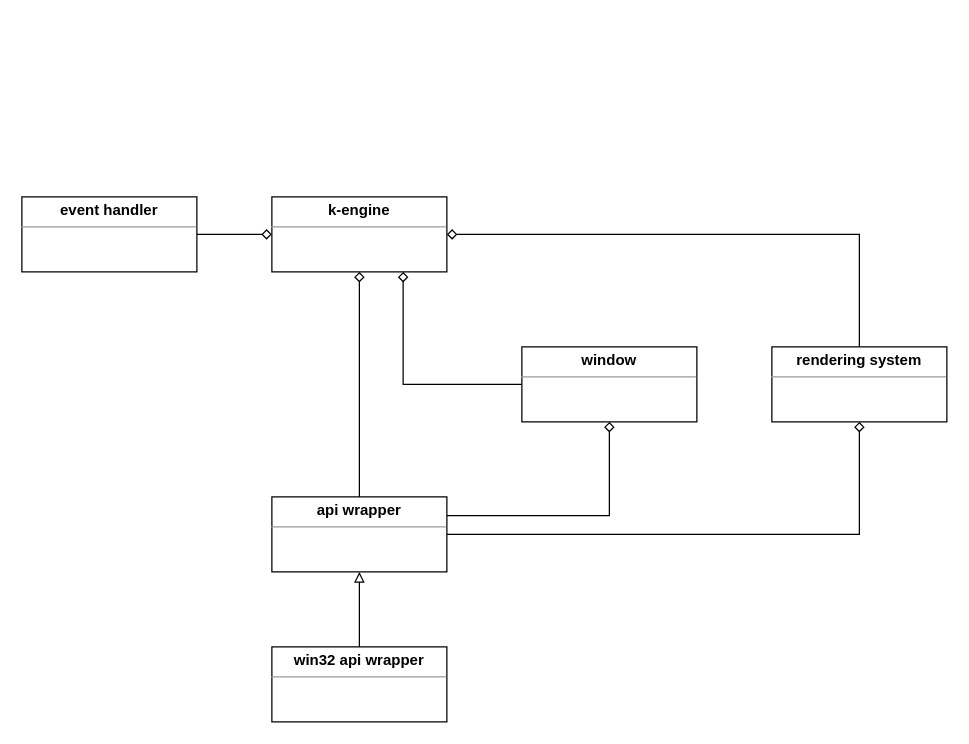
The draw.io diagram _docs/k-engine-classes.drawio in Keshizin/k-engine, before the edit. Source tidied: cells renumbered, new cells numbered last; positions are measured from the earlier drawing's top-left corner, leaving out a move shared by most shapes. Both pictures are drawn from the tidied source at 125%, with x=0, y=0 at pixel (21, 196).
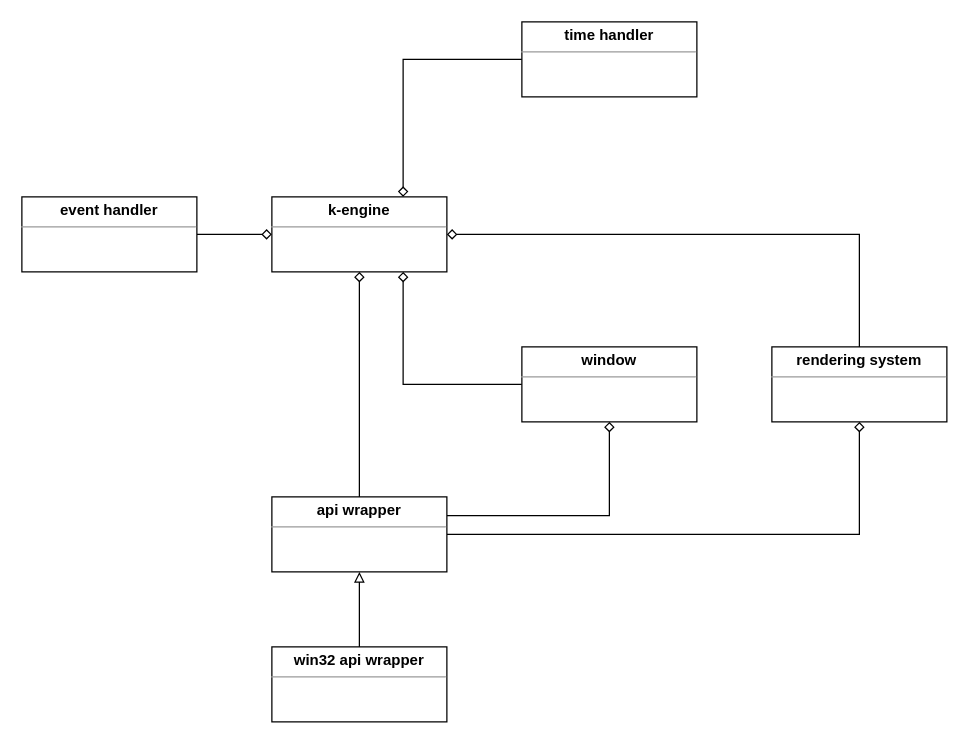
Above is the later version.

Commit message (it also covers changes not shown here):
Including Time Handler Class

What changed in the source:
```diff
@@
 <mxGraphModel>
   <root>
     <mxCell id="0" />
     <mxCell id="1" parent="0" />
     <mxCell id="2" value="&lt;p style=&quot;margin: 0px ; margin-top: 4px ; text-align: center&quot;&gt;&lt;b&gt;k-engine&lt;/b&gt;&lt;/p&gt;&lt;hr size=&quot;1&quot;&gt;&lt;div style=&quot;height: 2px&quot;&gt;&lt;/div&gt;" style="verticalAlign=top;align=left;overflow=fill;fontSize=12;fontFamily=Helvetica;html=1;" parent="1" vertex="1">
       <mxGeometry x="200" width="140" height="60" as="geometry" />
     </mxCell>
     <mxCell id="3" style="edgeStyle=orthogonalEdgeStyle;rounded=0;jettySize=auto;html=1;endArrow=diamond;endFill=0;entryX=0.75;entryY=1;entryDx=0;entryDy=0;" parent="1" edge="1" source="4" target="2">
       <mxGeometry relative="1" as="geometry" />
     </mxCell>
     <mxCell id="4" value="&lt;p style=&quot;margin: 0px ; margin-top: 4px ; text-align: center&quot;&gt;&lt;b&gt;window&lt;/b&gt;&lt;/p&gt;&lt;hr size=&quot;1&quot;&gt;&lt;div style=&quot;height: 2px&quot;&gt;&lt;/div&gt;" style="verticalAlign=top;align=left;overflow=fill;fontSize=12;fontFamily=Helvetica;html=1;" parent="1" vertex="1">
       <mxGeometry x="400" y="120" width="140" height="60" as="geometry" />
     </mxCell>
     <mxCell id="5" style="edgeStyle=orthogonalEdgeStyle;rounded=0;jettySize=auto;html=1;endArrow=diamond;endFill=0;exitX=1;exitY=0.25;exitDx=0;exitDy=0;" parent="1" edge="1" source="8" target="4">
       <mxGeometry relative="1" as="geometry" />
     </mxCell>
     <mxCell id="6" style="edgeStyle=orthogonalEdgeStyle;rounded=0;jettySize=auto;html=1;endArrow=diamond;endFill=0;" parent="1" edge="1" source="8" target="2">
       <mxGeometry relative="1" as="geometry" />
     </mxCell>
     <mxCell id="7" style="edgeStyle=orthogonalEdgeStyle;rounded=0;jettySize=auto;html=1;endArrow=diamond;endFill=0;" parent="1" edge="1" source="8" target="14">
       <mxGeometry relative="1" as="geometry" />
     </mxCell>
     <mxCell id="8" value="&lt;p style=&quot;margin: 0px ; margin-top: 4px ; text-align: center&quot;&gt;&lt;b&gt;api wrapper&lt;/b&gt;&lt;/p&gt;&lt;hr size=&quot;1&quot;&gt;&lt;div style=&quot;height: 2px&quot;&gt;&lt;/div&gt;" style="verticalAlign=top;align=left;overflow=fill;fontSize=12;fontFamily=Helvetica;html=1;" parent="1" vertex="1">
       <mxGeometry x="200" y="240" width="140" height="60" as="geometry" />
     </mxCell>
     <mxCell id="9" style="edgeStyle=orthogonalEdgeStyle;rounded=0;jettySize=auto;html=1;endArrow=block;endFill=0;" parent="1" edge="1" source="10" target="8">
       <mxGeometry relative="1" as="geometry" />
     </mxCell>
     <mxCell id="10" value="&lt;p style=&quot;margin: 0px ; margin-top: 4px ; text-align: center&quot;&gt;&lt;b&gt;win32 api wrapper&lt;/b&gt;&lt;/p&gt;&lt;hr size=&quot;1&quot;&gt;&lt;div style=&quot;height: 2px&quot;&gt;&lt;/div&gt;" style="verticalAlign=top;align=left;overflow=fill;fontSize=12;fontFamily=Helvetica;html=1;" parent="1" vertex="1">
       <mxGeometry x="200" y="360" width="140" height="60" as="geometry" />
     </mxCell>
     <mxCell id="11" style="edgeStyle=orthogonalEdgeStyle;rounded=0;jettySize=auto;html=1;endArrow=diamond;endFill=0;" parent="1" edge="1" source="12" target="2">
       <mxGeometry relative="1" as="geometry" />
     </mxCell>
     <mxCell id="12" value="&lt;p style=&quot;margin: 0px ; margin-top: 4px ; text-align: center&quot;&gt;&lt;b&gt;event handler&lt;/b&gt;&lt;/p&gt;&lt;hr size=&quot;1&quot;&gt;&lt;div style=&quot;height: 2px&quot;&gt;&lt;/div&gt;" style="verticalAlign=top;align=left;overflow=fill;fontSize=12;fontFamily=Helvetica;html=1;" parent="1" vertex="1">
       <mxGeometry width="140" height="60" as="geometry" />
     </mxCell>
     <mxCell id="13" style="edgeStyle=orthogonalEdgeStyle;rounded=0;jettySize=auto;html=1;endArrow=diamond;endFill=0;entryX=1;entryY=0.5;entryDx=0;entryDy=0;exitX=0.5;exitY=0;exitDx=0;exitDy=0;" parent="1" edge="1" source="14" target="2">
       <mxGeometry relative="1" as="geometry" />
     </mxCell>
     <mxCell id="14" value="&lt;p style=&quot;margin: 0px ; margin-top: 4px ; text-align: center&quot;&gt;&lt;b&gt;rendering system&lt;/b&gt;&lt;/p&gt;&lt;hr size=&quot;1&quot;&gt;&lt;div style=&quot;height: 2px&quot;&gt;&lt;/div&gt;" style="verticalAlign=top;align=left;overflow=fill;fontSize=12;fontFamily=Helvetica;html=1;" parent="1" vertex="1">
       <mxGeometry x="600" y="120" width="140" height="60" as="geometry" />
     </mxCell>
+    <mxCell id="15" style="edgeStyle=orthogonalEdgeStyle;rounded=0;jettySize=auto;html=1;entryX=0.75;entryY=0;entryDx=0;entryDy=0;endArrow=diamond;endFill=0;" parent="1" edge="1" source="16" target="2">
+      <mxGeometry relative="1" as="geometry" />
+    </mxCell>
+    <mxCell id="16" value="&lt;p style=&quot;margin: 0px ; margin-top: 4px ; text-align: center&quot;&gt;&lt;b&gt;time handler&lt;/b&gt;&lt;/p&gt;&lt;hr size=&quot;1&quot;&gt;&lt;div style=&quot;height: 2px&quot;&gt;&lt;/div&gt;" style="verticalAlign=top;align=left;overflow=fill;fontSize=12;fontFamily=Helvetica;html=1;" parent="1" vertex="1">
+      <mxGeometry x="400" y="-140" width="140" height="60" as="geometry" />
+    </mxCell>
   </root>
 </mxGraphModel>
```
